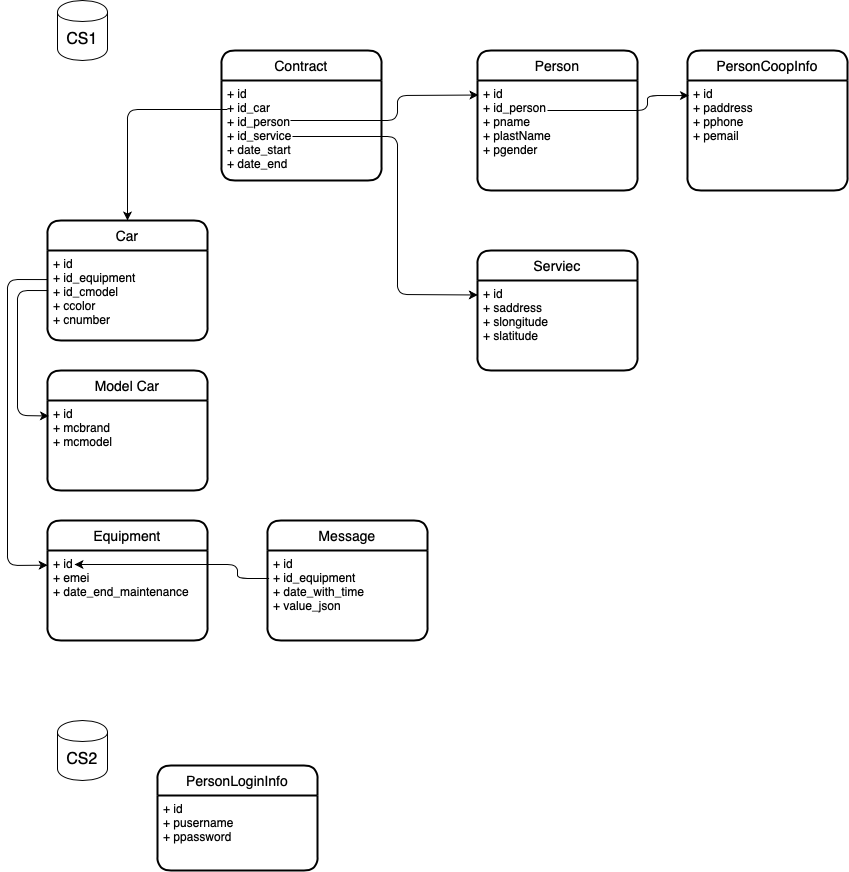
This is model/bd_cs.png from timoninas/db-practice, a draw.io export, as it was before one commit. Source tidied: cells renumbered, new cells last; positions are measured from the earlier drawing's top-left corner, leaving out a move shared by most shapes.
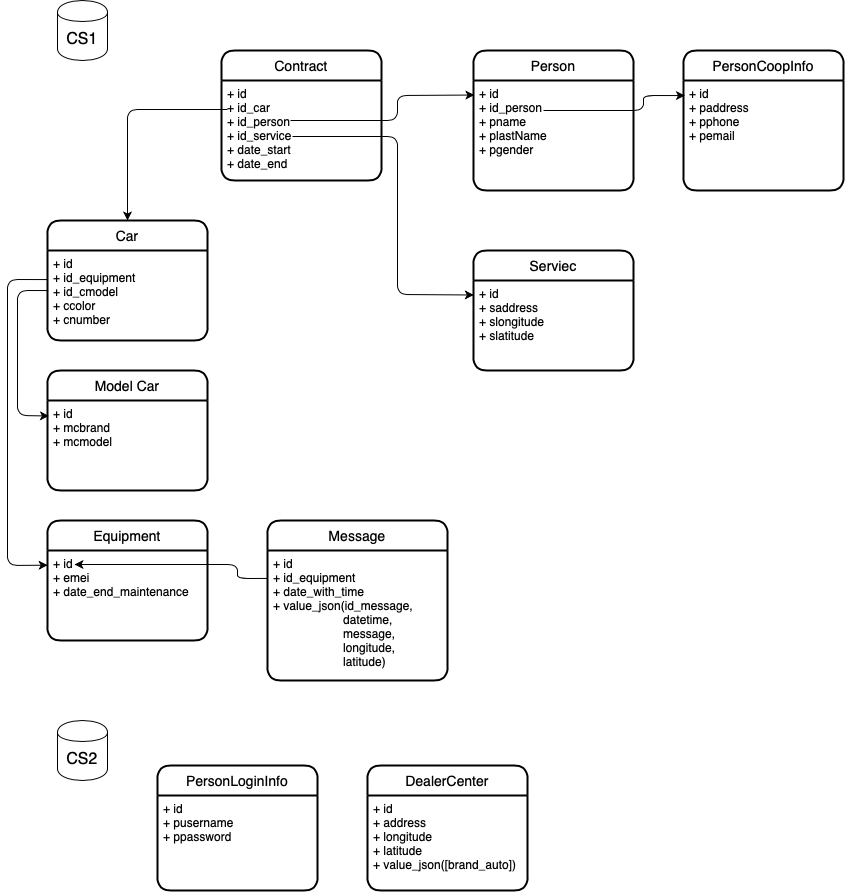
Later version of the same file.

Commit message:
update msg table, add new table

update Message table, add new table - DealerCenter

What changed in the source:
```diff
@@ -32,13 +32,13 @@
       </mxGeometry>
     </mxCell>
     <mxCell id="8" value="Person" style="swimlane;horizontal=1;startSize=30;rounded=1;fontSize=14;fontStyle=0;strokeWidth=2;shadow=0;dashed=0;align=center;" parent="1" vertex="1">
-      <mxGeometry x="470" y="50" width="160" height="140" as="geometry" />
+      <mxGeometry x="466" y="50" width="160" height="140" as="geometry" />
     </mxCell>
     <mxCell id="9" value="+ id&#10;+ id_person&#10;+ pname&#10;+ plastName&#10;+ pgender" style="align=left;strokeColor=none;fillColor=none;spacingLeft=4;fontSize=12;verticalAlign=top;" parent="8" vertex="1">
       <mxGeometry y="30" width="160" height="110" as="geometry" />
     </mxCell>
     <mxCell id="10" value="Serviec" style="swimlane;horizontal=1;startSize=30;rounded=1;fontSize=14;fontStyle=0;strokeWidth=2;shadow=0;dashed=0;align=center;" parent="1" vertex="1">
-      <mxGeometry x="470" y="250" width="160" height="120" as="geometry" />
+      <mxGeometry x="466" y="250" width="160" height="120" as="geometry" />
     </mxCell>
     <mxCell id="11" value="+ id&#10;+ saddress&#10;+ slongitude&#10;+ slatitude" style="align=left;strokeColor=none;fillColor=none;spacingLeft=4;fontSize=12;verticalAlign=top;" parent="10" vertex="1">
       <mxGeometry y="30" width="160" height="90" as="geometry" />
@@ -60,17 +60,17 @@
       <mxGeometry y="30" width="160" height="90" as="geometry" />
     </mxCell>
     <mxCell id="15" value="PersonCoopInfo" style="swimlane;horizontal=1;startSize=30;rounded=1;fontSize=14;fontStyle=0;strokeWidth=2;shadow=0;dashed=0;align=center;" parent="1" vertex="1">
-      <mxGeometry x="680" y="50" width="160" height="140" as="geometry" />
+      <mxGeometry x="676" y="50" width="160" height="140" as="geometry" />
     </mxCell>
     <mxCell id="16" value="+ id&#10;+ paddress&#10;+ pphone&#10;+ pemail" style="align=left;strokeColor=none;fillColor=none;spacingLeft=4;fontSize=12;verticalAlign=top;" parent="15" vertex="1">
       <mxGeometry y="30" width="160" height="110" as="geometry" />
     </mxCell>
     <mxCell id="17" style="endArrow=classic;html=1;entryX=0.009;entryY=0.137;entryDx=0;entryDy=0;entryPerimeter=0;" parent="1" edge="1" target="16">
       <mxGeometry relative="1" as="geometry">
-        <mxPoint x="540" y="110" as="sourcePoint" />
+        <mxPoint x="536" y="110" as="sourcePoint" />
         <Array as="points">
-          <mxPoint x="640" y="110" />
-          <mxPoint x="640" y="95" />
+          <mxPoint x="636" y="110" />
+          <mxPoint x="636" y="95" />
         </Array>
       </mxGeometry>
     </mxCell>
@@ -83,7 +83,7 @@
     <mxCell id="20" value="Equipment" style="swimlane;horizontal=1;startSize=30;rounded=1;fontSize=14;fontStyle=0;strokeWidth=2;shadow=0;dashed=0;align=center;" parent="1" vertex="1">
       <mxGeometry x="40" y="520" width="160" height="120" as="geometry" />
     </mxCell>
-    <mxCell id="21" style="endArrow=none;html=1;entryX=0.01;entryY=0.311;entryDx=0;entryDy=0;entryPerimeter=0;endFill=0;startArrow=classic;startFill=1;" parent="20" edge="1" target="26">
+    <mxCell id="21" style="endArrow=none;html=1;entryX=-0.001;entryY=0.215;entryDx=0;entryDy=0;endFill=0;startArrow=classic;startFill=1;entryPerimeter=0;" parent="20" edge="1" target="26">
       <mxGeometry relative="1" as="geometry">
         <mxPoint x="27" y="44" as="sourcePoint" />
         <Array as="points">
@@ -96,16 +96,16 @@
       <mxGeometry y="30" width="160" height="90" as="geometry" />
     </mxCell>
     <mxCell id="23" value="PersonLoginInfo" style="swimlane;horizontal=1;startSize=30;rounded=1;fontSize=14;fontStyle=0;strokeWidth=2;shadow=0;dashed=0;align=center;" parent="1" vertex="1">
-      <mxGeometry x="150" y="765" width="160" height="105" as="geometry" />
+      <mxGeometry x="150" y="765" width="160" height="125" as="geometry" />
     </mxCell>
     <mxCell id="24" value="+ id&#10;+ pusername&#10;+ ppassword" style="align=left;strokeColor=none;fillColor=none;spacingLeft=4;fontSize=12;verticalAlign=top;" parent="23" vertex="1">
-      <mxGeometry y="30" width="160" height="75" as="geometry" />
+      <mxGeometry y="30" width="160" height="95" as="geometry" />
     </mxCell>
     <mxCell id="25" value="Message" style="swimlane;horizontal=1;startSize=30;rounded=1;fontSize=14;fontStyle=0;strokeWidth=2;shadow=0;dashed=0;align=center;" parent="1" vertex="1">
-      <mxGeometry x="260" y="520" width="160" height="120" as="geometry" />
+      <mxGeometry x="260" y="520" width="180" height="160" as="geometry" />
     </mxCell>
-    <mxCell id="26" value="+ id&#10;+ id_equipment&#10;+ date_with_time&#10;+ value_json" style="align=left;strokeColor=none;fillColor=none;spacingLeft=4;fontSize=12;verticalAlign=top;" parent="25" vertex="1">
-      <mxGeometry y="30" width="160" height="90" as="geometry" />
+    <mxCell id="26" value="+ id&#10;+ id_equipment&#10;+ date_with_time&#10;+ value_json(id_message, &#10;                     datetime, &#10;                     message, &#10;                     longitude, &#10;                     latitude)" style="align=left;strokeColor=none;fillColor=none;spacingLeft=4;fontSize=12;verticalAlign=top;" parent="25" vertex="1">
+      <mxGeometry y="30" width="180" height="130" as="geometry" />
     </mxCell>
     <mxCell id="27" style="endArrow=classic;html=1;entryX=0.002;entryY=0.161;entryDx=0;entryDy=0;entryPerimeter=0;" parent="1" edge="1" target="11">
       <mxGeometry relative="1" as="geometry">
@@ -124,5 +124,11 @@
         </Array>
       </mxGeometry>
     </mxCell>
+    <mxCell id="29" value="DealerCenter" style="swimlane;horizontal=1;startSize=30;rounded=1;fontSize=14;fontStyle=0;strokeWidth=2;shadow=0;dashed=0;align=center;" parent="1" vertex="1">
+      <mxGeometry x="360" y="765" width="160" height="125" as="geometry" />
+    </mxCell>
+    <mxCell id="30" value="+ id&#10;+ address&#10;+ longitude&#10;+ latitude&#10;+ value_json([brand_auto])" style="align=left;strokeColor=none;fillColor=none;spacingLeft=4;fontSize=12;verticalAlign=top;" parent="29" vertex="1">
+      <mxGeometry y="30" width="160" height="95" as="geometry" />
+    </mxCell>
   </root>
 </mxGraphModel>
```
